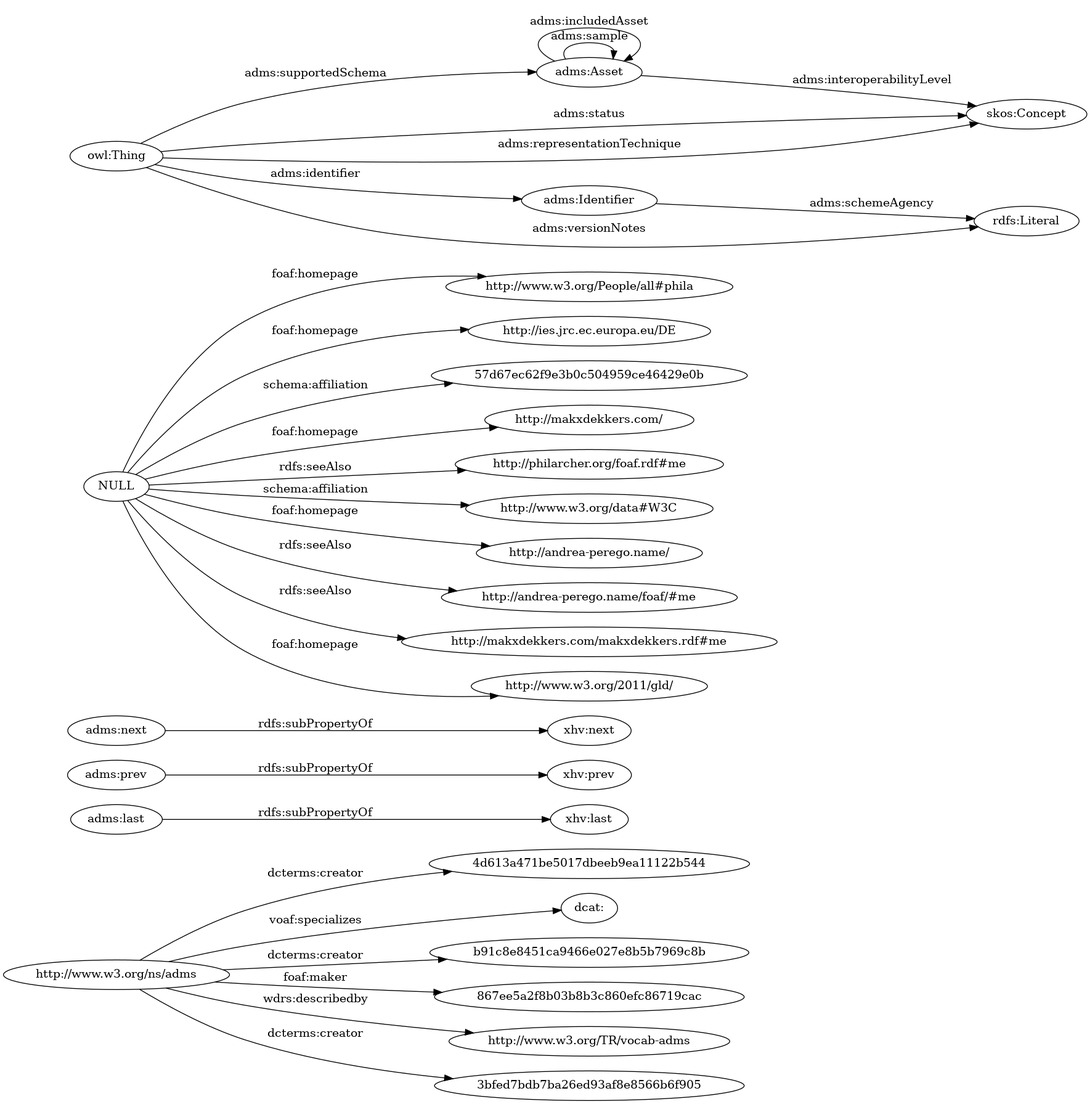
Before: OnToology/Top_in_lov/adms.rdf/diagrams/ar2dtool-class/adms.rdf.png, a diagram exported from Graphviz (ahmad88me/ontologies_collection). Its source is kept beside it as OnToology/Top_in_lov/adms.rdf/diagrams/ar2dtool-class/adms.rdf.png.dot.
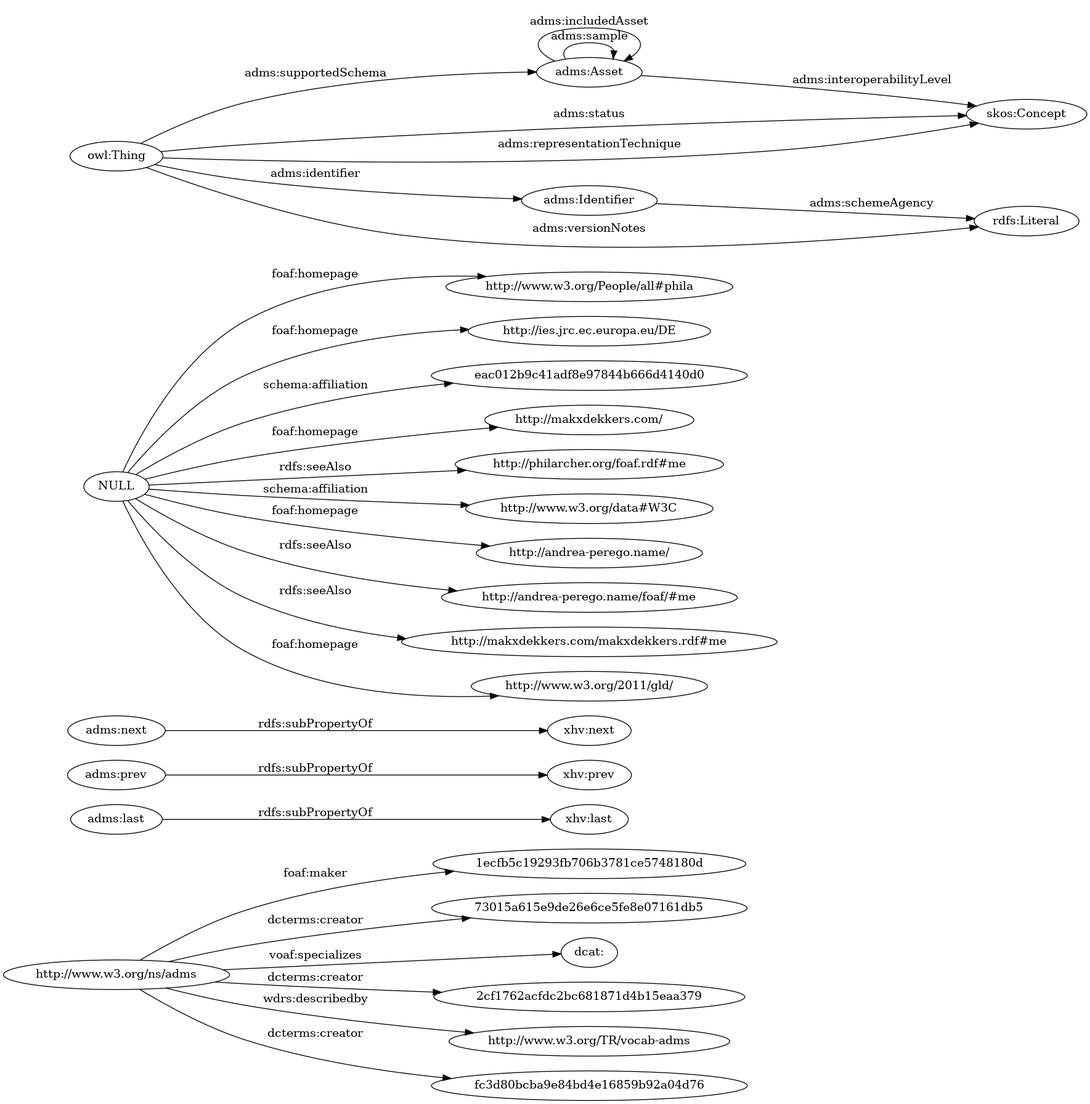
Later version of the same file.

Diff of the diagram source:
```diff
@@ -1,18 +1,18 @@
 digraph ar2dtool_diagram {
 rankdir=LR;
 size="1501"
-	"http://www.w3.org/ns/adms" -> "4d613a471be5017dbeeb9ea11122b544" [ label = "dcterms:creator" ];
+	"http://www.w3.org/ns/adms" -> "1ecfb5c19293fb706b3781ce5748180d" [ label = "foaf:maker" ];
+	"http://www.w3.org/ns/adms" -> "73015a615e9de26e6ce5fe8e07161db5" [ label = "dcterms:creator" ];
 	"http://www.w3.org/ns/adms" -> "dcat:" [ label = "voaf:specializes" ];
-	"http://www.w3.org/ns/adms" -> "b91c8e8451ca9466e027e8b5b7969c8b" [ label = "dcterms:creator" ];
-	"http://www.w3.org/ns/adms" -> "867ee5a2f8b03b8b3c860efc86719cac" [ label = "foaf:maker" ];
+	"http://www.w3.org/ns/adms" -> "2cf1762acfdc2bc681871d4b15eaa379" [ label = "dcterms:creator" ];
 	"http://www.w3.org/ns/adms" -> "http://www.w3.org/TR/vocab-adms" [ label = "wdrs:describedby" ];
-	"http://www.w3.org/ns/adms" -> "3bfed7bdb7ba26ed93af8e8566b6f905" [ label = "dcterms:creator" ];
+	"http://www.w3.org/ns/adms" -> "fc3d80bcba9e84bd4e16859b92a04d76" [ label = "dcterms:creator" ];
 	"adms:last" -> "xhv:last" [ label = "rdfs:subPropertyOf" ];
 	"adms:prev" -> "xhv:prev" [ label = "rdfs:subPropertyOf" ];
 	"adms:next" -> "xhv:next" [ label = "rdfs:subPropertyOf" ];
 	"NULL" -> "http://www.w3.org/People/all#phila" [ label = "foaf:homepage" ];
 	"NULL" -> "http://ies.jrc.ec.europa.eu/DE" [ label = "foaf:homepage" ];
-	"NULL" -> "57d67ec62f9e3b0c504959ce46429e0b" [ label = "schema:affiliation" ];
+	"NULL" -> "eac012b9c41adf8e97844b666d4140d0" [ label = "schema:affiliation" ];
 	"NULL" -> "http://makxdekkers.com/" [ label = "foaf:homepage" ];
 	"NULL" -> "http://philarcher.org/foaf.rdf#me" [ label = "rdfs:seeAlso" ];
 	"NULL" -> "http://www.w3.org/data#W3C" [ label = "schema:affiliation" ];
```
